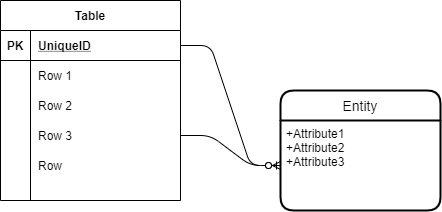
Before: Untitled Diagram.png, a diagram exported from draw.io (norbitek/drawio). Source tidied: cells renumbered, new cells last; positions are measured from the earlier drawing's top-left corner, leaving out a move shared by most shapes.
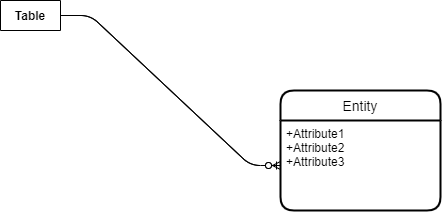
After the change.

The edit, as a diff of the source:
```diff
@@ -2,60 +2,9 @@
   <root>
     <mxCell id="0" />
     <mxCell id="1" parent="0" />
-    <mxCell id="2" value="Table" style="shape=table;startSize=30;rowLines=0;fontStyle=1;align=center;" parent="1" vertex="1">
-      <mxGeometry width="180" height="200" as="geometry" />
+    <mxCell id="2" value="Table" style="shape=table;startSize=30;rowLines=0;fontStyle=1;align=center;" parent="1" vertex="1" collapsed="1">
+      <mxGeometry width="60" height="30" as="geometry" />
     </mxCell>
-    <mxCell id="3" style="shape=partialRectangle;fillColor=none;top=0;left=0;bottom=1;right=0;points=[[0,0.5],[1,0.5]];portConstraint=eastwest;" parent="2" vertex="1">
-      <mxGeometry y="30" width="180" height="30" as="geometry" />
-    </mxCell>
-    <mxCell id="4" value="PK" style="shape=partialRectangle;fillColor=none;top=0;left=0;bottom=0;right=0;fontStyle=1;overflow=hidden;" parent="3" vertex="1">
-      <mxGeometry width="30" height="30" as="geometry" />
-    </mxCell>
-    <mxCell id="5" value="UniqueID" style="shape=partialRectangle;fillColor=none;top=0;left=0;bottom=0;right=0;align=left;spacingLeft=6;fontStyle=5;overflow=hidden;" parent="3" vertex="1">
-      <mxGeometry x="30" width="150" height="30" as="geometry" />
-    </mxCell>
-    <mxCell id="6" style="shape=partialRectangle;fillColor=none;top=0;left=0;bottom=0;right=0;" parent="2" vertex="1">
-      <mxGeometry y="60" width="180" height="30" as="geometry" />
-    </mxCell>
-    <mxCell id="7" style="shape=partialRectangle;fillColor=none;top=0;left=0;bottom=0;right=0;overflow=hidden;" parent="6" vertex="1">
-      <mxGeometry width="30" height="30" as="geometry" />
-    </mxCell>
-    <mxCell id="8" value="Row 1" style="shape=partialRectangle;fillColor=none;top=0;left=0;bottom=0;right=0;align=left;spacingLeft=6;overflow=hidden;" parent="6" vertex="1">
-      <mxGeometry x="30" width="150" height="30" as="geometry" />
-    </mxCell>
-    <mxCell id="9" style="shape=partialRectangle;fillColor=none;top=0;left=0;bottom=0;right=0;" parent="2" vertex="1">
-      <mxGeometry y="90" width="180" height="30" as="geometry" />
-    </mxCell>
-    <mxCell id="10" style="shape=partialRectangle;fillColor=none;top=0;left=0;bottom=0;right=0;overflow=hidden;" parent="9" vertex="1">
-      <mxGeometry width="30" height="30" as="geometry" />
-    </mxCell>
-    <mxCell id="11" value="Row 2" style="shape=partialRectangle;fillColor=none;top=0;left=0;bottom=0;right=0;align=left;spacingLeft=6;overflow=hidden;" parent="9" vertex="1">
-      <mxGeometry x="30" width="150" height="30" as="geometry" />
-    </mxCell>
-    <mxCell id="12" style="shape=partialRectangle;fillColor=none;top=0;left=0;bottom=0;right=0;points=[[0,0.5],[1,0.5]];portConstraint=eastwest;" parent="2" vertex="1">
-      <mxGeometry y="120" width="180" height="30" as="geometry" />
-    </mxCell>
-    <mxCell id="13" style="shape=partialRectangle;fillColor=none;top=0;left=0;bottom=0;right=0;overflow=hidden;" parent="12" vertex="1">
-      <mxGeometry width="30" height="30" as="geometry" />
-    </mxCell>
-    <mxCell id="14" value="Row 3" style="shape=partialRectangle;fillColor=none;top=0;left=0;bottom=0;right=0;align=left;spacingLeft=6;overflow=hidden;" parent="12" vertex="1">
-      <mxGeometry x="30" width="150" height="30" as="geometry" />
-    </mxCell>
-    <mxCell id="15" style="shape=partialRectangle;fillColor=none;top=0;left=0;bottom=0;right=0;" parent="2" vertex="1">
-      <mxGeometry y="150" width="180" height="30" as="geometry" />
-    </mxCell>
-    <mxCell id="16" style="shape=partialRectangle;fillColor=none;top=0;left=0;bottom=0;right=0;overflow=hidden;" parent="15" vertex="1">
-      <mxGeometry width="30" height="30" as="geometry" />
-    </mxCell>
-    <mxCell id="17" value="Row" style="shape=partialRectangle;fillColor=none;top=0;left=0;bottom=0;right=0;align=left;spacingLeft=6;overflow=hidden;" parent="15" vertex="1">
-      <mxGeometry x="30" width="150" height="30" as="geometry" />
-    </mxCell>
-    <mxCell id="18" style="edgeStyle=entityRelationEdgeStyle;fontSize=12;html=1;endArrow=ERzeroToMany;endFill=1;" parent="1" edge="1" source="12" target="21">
-      <mxGeometry relative="1" as="geometry" />
-    </mxCell>
-    <mxCell id="19" style="edgeStyle=entityRelationEdgeStyle;fontSize=12;html=1;endArrow=ERzeroToOne;endFill=1;" parent="1" edge="1" source="3" target="21">
-      <mxGeometry relative="1" as="geometry" />
-    </mxCell>
     <mxCell id="20" value="Entity" style="swimlane;horizontal=1;startSize=30;rounded=1;fontSize=14;fontStyle=0;strokeWidth=2;shadow=0;dashed=0;align=center;" parent="1" vertex="1">
       <mxGeometry x="280" y="90" width="160" height="120" as="geometry" />
     </mxCell>
```
